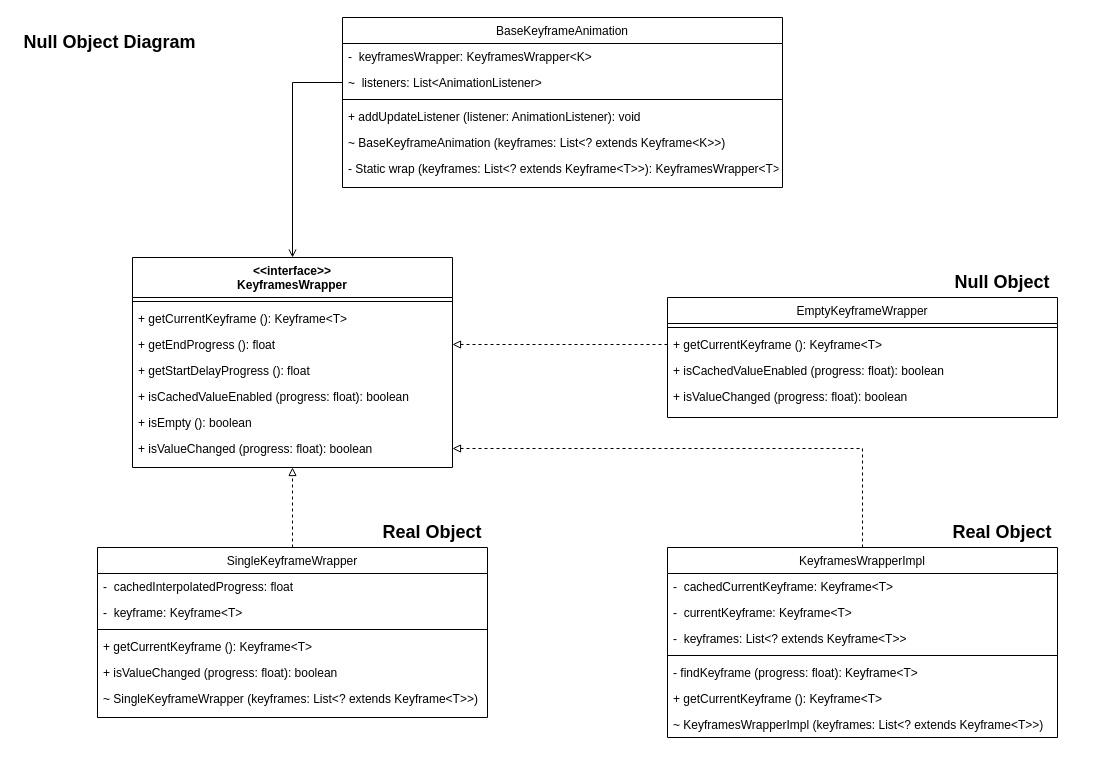
This is Null Object Diagram.drawio from ussnllmn/SAD-1-2564, a draw.io file, before an edit. Source tidied: cells renumbered, new cells numbered last; positions are measured from the earlier drawing's top-left corner, leaving out a move shared by most shapes. Both pictures are drawn from the tidied source at 100%, with x=0, y=0 at pixel (17, 17).
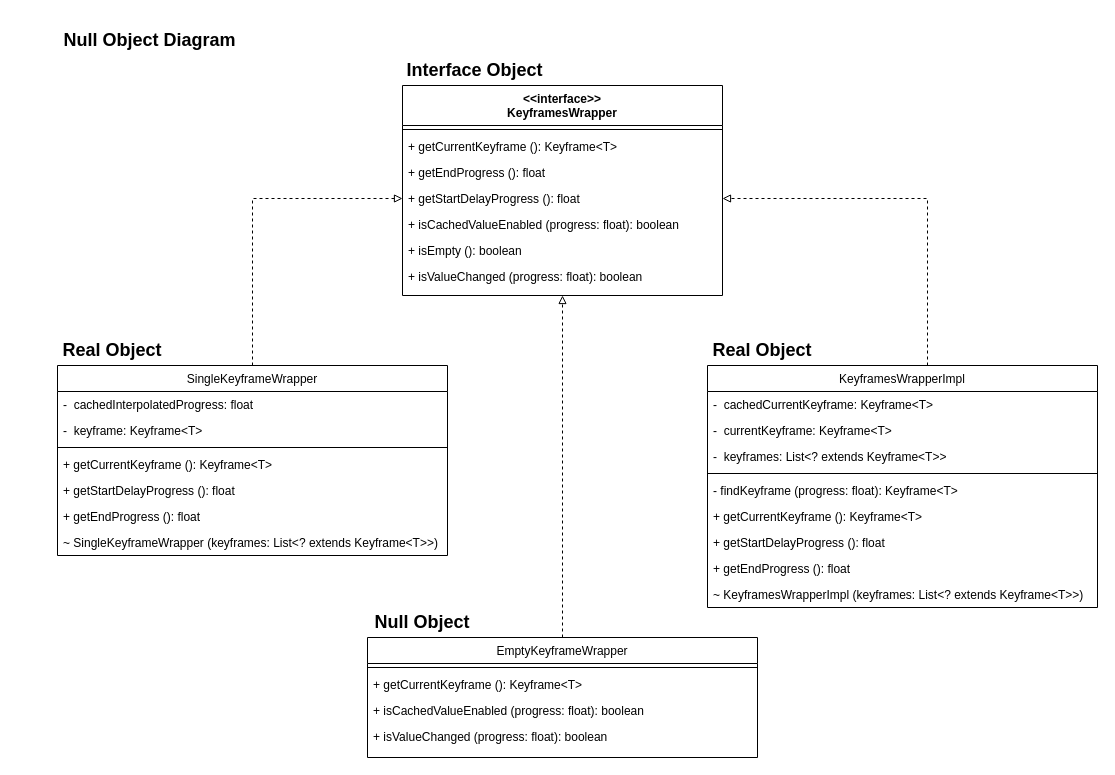
The same diagram, later.

Unchanged cells that the change refers to:
```xml
<mxCell id="13" value="+ getEndProgress (): float" style="text;align=left;verticalAlign=top;spacingLeft=4;spacingRight=4;overflow=hidden;points=[[0,0.5],[1,0.5]];portConstraint=eastwest;" parent="10" vertex="1">
  <mxGeometry y="74" width="320" height="26" as="geometry" />
</mxCell>
<mxCell id="14" value="+ getStartDelayProgress (): float" style="text;align=left;verticalAlign=top;spacingLeft=4;spacingRight=4;overflow=hidden;points=[[0,0.5],[1,0.5]];portConstraint=eastwest;" parent="10" vertex="1">
  <mxGeometry y="100" width="320" height="26" as="geometry" />
</mxCell>
<mxCell id="17" value="+ isValueChanged (progress: float): boolean" style="text;align=left;verticalAlign=top;spacingLeft=4;spacingRight=4;overflow=hidden;points=[[0,0.5],[1,0.5]];portConstraint=eastwest;" parent="10" vertex="1">
  <mxGeometry y="178" width="320" height="26" as="geometry" />
</mxCell>
<mxCell id="37" value="+ getCurrentKeyframe (): Keyframe&lt;T&gt;" style="text;align=left;verticalAlign=top;spacingLeft=4;spacingRight=4;overflow=hidden;points=[[0,0.5],[1,0.5]];portConstraint=eastwest;rounded=0;shadow=0;html=0;" parent="35" vertex="1">
  <mxGeometry y="34" width="390" height="26" as="geometry" />
</mxCell>
```

What changed in the source:
```diff
@@
-    <mxCell id="2" value="BaseKeyframeAnimation" style="swimlane;fontStyle=0;align=center;verticalAlign=top;horizontal=1;startSize=26;rounded=0;shadow=0;strokeWidth=1;" parent="1" vertex="1">
-      <mxGeometry x="325" width="440" height="170" as="geometry" />
-    </mxCell>
-    <mxCell id="3" value="-  keyframesWrapper: KeyframesWrapper&lt;K&gt; " style="text;align=left;verticalAlign=top;spacingLeft=4;spacingRight=4;overflow=hidden;" parent="2" vertex="1">
-      <mxGeometry y="26" width="440" height="26" as="geometry" />
-    </mxCell>
-    <mxCell id="4" value="~  listeners: List&lt;AnimationListener&gt; " style="text;align=left;verticalAlign=top;spacingLeft=4;spacingRight=4;overflow=hidden;points=[[0,0.5],[1,0.5]];portConstraint=eastwest;rounded=0;shadow=0;html=0;" parent="2" vertex="1">
-      <mxGeometry y="52" width="440" height="26" as="geometry" />
-    </mxCell>
-    <mxCell id="5" style="line;html=1;strokeWidth=1;align=left;verticalAlign=middle;spacingTop=-1;spacingLeft=3;spacingRight=3;labelPosition=right;" parent="2" vertex="1">
-      <mxGeometry y="78" width="440" height="8" as="geometry" />
-    </mxCell>
-    <mxCell id="6" value="+ addUpdateListener (listener: AnimationListener): void" style="text;align=left;verticalAlign=top;spacingLeft=4;spacingRight=4;overflow=hidden;rounded=0;shadow=0;html=0;" parent="2" vertex="1">
-      <mxGeometry y="86" width="440" height="26" as="geometry" />
-    </mxCell>
-    <mxCell id="7" value="~ BaseKeyframeAnimation (keyframes: List&lt;? extends Keyframe&lt;K&gt;&gt;)" style="text;align=left;verticalAlign=top;spacingLeft=4;spacingRight=4;overflow=hidden;" parent="2" vertex="1">
-      <mxGeometry y="112" width="440" height="26" as="geometry" />
-    </mxCell>
-    <mxCell id="8" value="- Static wrap (keyframes: List&lt;? extends Keyframe&lt;T&gt;&gt;): KeyframesWrapper&lt;T&gt;" style="text;align=left;verticalAlign=top;spacingLeft=4;spacingRight=4;overflow=hidden;" parent="2" vertex="1">
-      <mxGeometry y="138" width="440" height="26" as="geometry" />
-    </mxCell>
     <mxCell id="9" value="Null Object Diagram&amp;nbsp;" style="text;html=1;strokeColor=none;fillColor=none;align=center;verticalAlign=middle;whiteSpace=wrap;rounded=0;fontSize=18;fontStyle=1;" parent="1" vertex="1">
-      <mxGeometry y="10" width="190" height="30" as="geometry" />
+      <mxGeometry x="40" y="8" width="190" height="30" as="geometry" />
     </mxCell>
     <mxCell id="10" value="&lt;&lt;interface&gt;&gt;&#10;KeyframesWrapper" style="swimlane;fontStyle=1;align=center;verticalAlign=top;horizontal=1;startSize=40;rounded=0;shadow=0;strokeWidth=1;" parent="1" vertex="1">
-      <mxGeometry x="115" y="240" width="320" height="210" as="geometry" />
+      <mxGeometry x="385" y="68" width="320" height="210" as="geometry" />
     </mxCell>
@@
-    <mxCell id="18" style="edgeStyle=orthogonalEdgeStyle;rounded=0;jettySize=auto;html=1;entryX=0.5;entryY=1;entryDx=0;entryDy=0;endArrow=block;endFill=0;dashed=1;" parent="1" edge="1" source="19" target="10">
+    <mxCell id="18" style="edgeStyle=orthogonalEdgeStyle;rounded=0;jettySize=auto;html=1;entryX=0;entryY=0.5;entryDx=0;entryDy=0;endArrow=block;endFill=0;dashed=1;" parent="1" edge="1" source="19" target="14">
       <mxGeometry relative="1" as="geometry" />
     </mxCell>
     <mxCell id="19" value="SingleKeyframeWrapper" style="swimlane;fontStyle=0;align=center;verticalAlign=top;horizontal=1;startSize=26;rounded=0;shadow=0;strokeWidth=1;" parent="1" vertex="1">
-      <mxGeometry x="80" y="530" width="390" height="170" as="geometry" />
+      <mxGeometry x="40" y="348" width="390" height="190" as="geometry" />
     </mxCell>
@@
+    <mxCell id="45" value="+ getStartDelayProgress (): float" style="text;align=left;verticalAlign=top;spacingLeft=4;spacingRight=4;overflow=hidden;" parent="19" vertex="1">
+      <mxGeometry y="112" width="390" height="26" as="geometry" />
+    </mxCell>
-    <mxCell id="24" value="+ isValueChanged (progress: float): boolean" style="text;align=left;verticalAlign=top;spacingLeft=4;spacingRight=4;overflow=hidden;" parent="19" vertex="1">
-      <mxGeometry y="112" width="390" height="26" as="geometry" />
+    <mxCell id="24" value="+ getEndProgress (): float" style="text;align=left;verticalAlign=top;spacingLeft=4;spacingRight=4;overflow=hidden;" parent="19" vertex="1">
+      <mxGeometry y="138" width="390" height="26" as="geometry" />
     </mxCell>
     <mxCell id="25" value="~ SingleKeyframeWrapper (keyframes: List&lt;? extends Keyframe&lt;T&gt;&gt;)" style="text;align=left;verticalAlign=top;spacingLeft=4;spacingRight=4;overflow=hidden;" parent="19" vertex="1">
-      <mxGeometry y="138" width="390" height="26" as="geometry" />
+      <mxGeometry y="164" width="390" height="26" as="geometry" />
     </mxCell>
-    <mxCell id="26" style="edgeStyle=orthogonalEdgeStyle;rounded=0;jettySize=auto;html=1;entryX=1;entryY=0.5;entryDx=0;entryDy=0;dashed=1;endArrow=block;endFill=0;" parent="1" edge="1" source="27" target="17">
-      <mxGeometry relative="1" as="geometry" />
+    <mxCell id="26" style="edgeStyle=orthogonalEdgeStyle;rounded=0;jettySize=auto;html=1;dashed=1;endArrow=block;endFill=0;entryX=1;entryY=0.5;entryDx=0;entryDy=0;" parent="1" edge="1" source="27" target="14">
+      <mxGeometry relative="1" as="geometry">
+        <Array as="points">
+          <mxPoint x="910" y="181" />
+        </Array>
+      </mxGeometry>
     </mxCell>
     <mxCell id="27" value="KeyframesWrapperImpl" style="swimlane;fontStyle=0;align=center;verticalAlign=top;horizontal=1;startSize=26;rounded=0;shadow=0;strokeWidth=1;" parent="1" vertex="1">
-      <mxGeometry x="650" y="530" width="390" height="190" as="geometry" />
+      <mxGeometry x="690" y="348" width="390" height="242" as="geometry" />
     </mxCell>
@@
+    <mxCell id="46" value="+ getStartDelayProgress (): float" style="text;align=left;verticalAlign=top;spacingLeft=4;spacingRight=4;overflow=hidden;" parent="27" vertex="1">
+      <mxGeometry y="164" width="390" height="26" as="geometry" />
+    </mxCell>
+    <mxCell id="47" value="+ getEndProgress (): float" style="text;align=left;verticalAlign=top;spacingLeft=4;spacingRight=4;overflow=hidden;" parent="27" vertex="1">
+      <mxGeometry y="190" width="390" height="26" as="geometry" />
+    </mxCell>
     <mxCell id="34" value="~ KeyframesWrapperImpl (keyframes: List&lt;? extends Keyframe&lt;T&gt;&gt;)" style="text;align=left;verticalAlign=top;spacingLeft=4;spacingRight=4;overflow=hidden;" parent="27" vertex="1">
-      <mxGeometry y="164" width="390" height="26" as="geometry" />
+      <mxGeometry y="216" width="390" height="26" as="geometry" />
     </mxCell>
     <mxCell id="35" value="EmptyKeyframeWrapper" style="swimlane;fontStyle=0;align=center;verticalAlign=top;horizontal=1;startSize=26;rounded=0;shadow=0;strokeWidth=1;" parent="1" vertex="1">
-      <mxGeometry x="650" y="280" width="390" height="120" as="geometry" />
+      <mxGeometry x="350" y="620" width="390" height="120" as="geometry" />
     </mxCell>
@@
-    <mxCell id="40" style="edgeStyle=orthogonalEdgeStyle;rounded=0;jettySize=auto;html=1;entryX=1;entryY=0.5;entryDx=0;entryDy=0;dashed=1;endArrow=block;endFill=0;" parent="1" edge="1" source="37" target="13">
-      <mxGeometry relative="1" as="geometry" />
+    <mxCell id="40" style="edgeStyle=orthogonalEdgeStyle;rounded=0;jettySize=auto;html=1;dashed=1;endArrow=block;endFill=0;exitX=0.5;exitY=0;exitDx=0;exitDy=0;" parent="1" edge="1" source="35">
+      <mxGeometry relative="1" as="geometry">
+        <mxPoint x="545" y="278" as="targetPoint" />
+        <Array as="points">
+          <mxPoint x="545" y="278" />
+        </Array>
+      </mxGeometry>
     </mxCell>
-    <mxCell id="41" style="edgeStyle=orthogonalEdgeStyle;rounded=0;jettySize=auto;html=1;endArrow=open;endFill=0;" parent="1" edge="1" source="4" target="10">
-      <mxGeometry relative="1" as="geometry" />
-    </mxCell>
     <mxCell id="42" value="Real Object" style="text;html=1;strokeColor=none;fillColor=none;align=center;verticalAlign=middle;whiteSpace=wrap;rounded=0;fontSize=18;fontStyle=1;" parent="1" vertex="1">
-      <mxGeometry x="360" y="500" width="110" height="30" as="geometry" />
+      <mxGeometry x="40" y="318" width="110" height="30" as="geometry" />
     </mxCell>
     <mxCell id="43" value="Real Object" style="text;html=1;strokeColor=none;fillColor=none;align=center;verticalAlign=middle;whiteSpace=wrap;rounded=0;fontSize=18;fontStyle=1;" parent="1" vertex="1">
-      <mxGeometry x="930" y="500" width="110" height="30" as="geometry" />
+      <mxGeometry x="690" y="318" width="110" height="30" as="geometry" />
     </mxCell>
     <mxCell id="44" value="Null Object" style="text;html=1;strokeColor=none;fillColor=none;align=center;verticalAlign=middle;whiteSpace=wrap;rounded=0;fontSize=18;fontStyle=1;" parent="1" vertex="1">
-      <mxGeometry x="930" y="250" width="110" height="30" as="geometry" />
+      <mxGeometry x="350" y="590" width="110" height="30" as="geometry" />
     </mxCell>
+    <mxCell id="48" value="Interface Object" style="text;html=1;strokeColor=none;fillColor=none;align=center;verticalAlign=middle;whiteSpace=wrap;rounded=0;fontSize=18;fontStyle=1;" parent="1" vertex="1">
+      <mxGeometry x="385" y="38" width="145" height="30" as="geometry" />
+    </mxCell>
```
